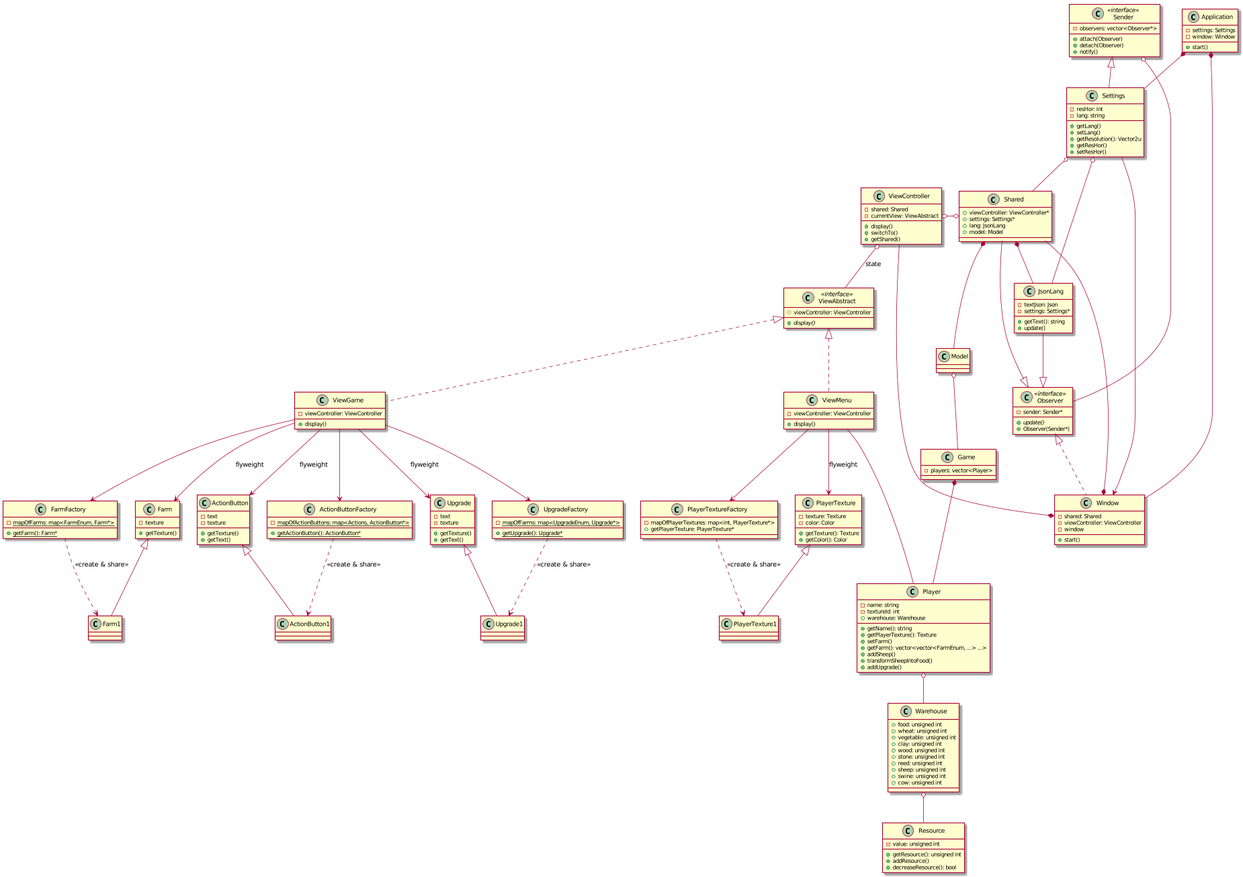
Above: docs/UML/ClassUML.png in ArturBa/AlmostAgricola (PlantUML), before the change.
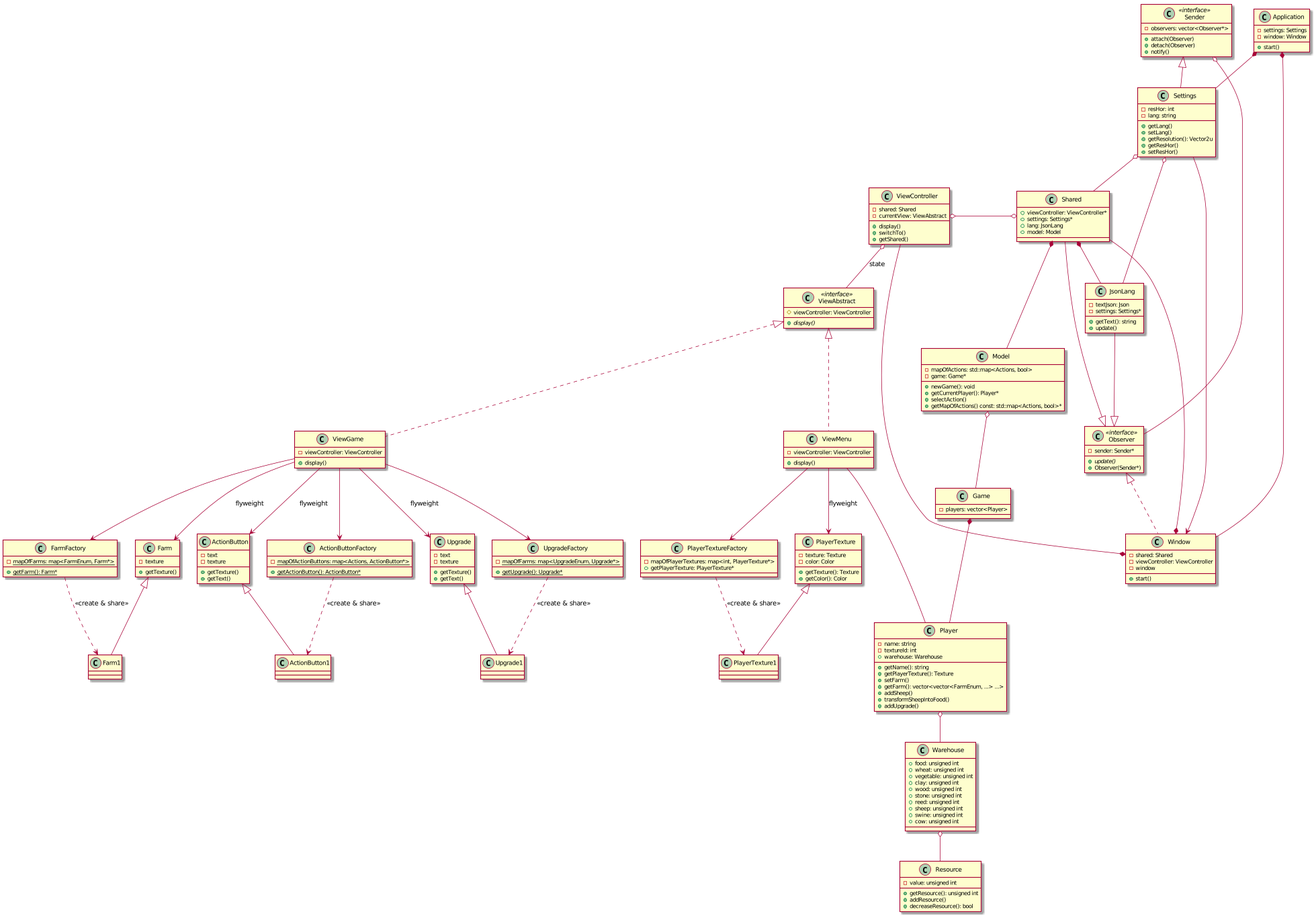
Later version of the same file.

What changed in the source:
```diff
@@ -131,6 +131,12 @@
 }
 
 class Model{
+    - mapOfActions: std::map<Actions, bool>
+    - game: Game*
+    + newGame(): void
+    + getCurrentPlayer(): Player*
+    + selectAction()
+    + getMapOfActions() const: std::map<Actions, bool>*
 }
 
 class Player {
```
